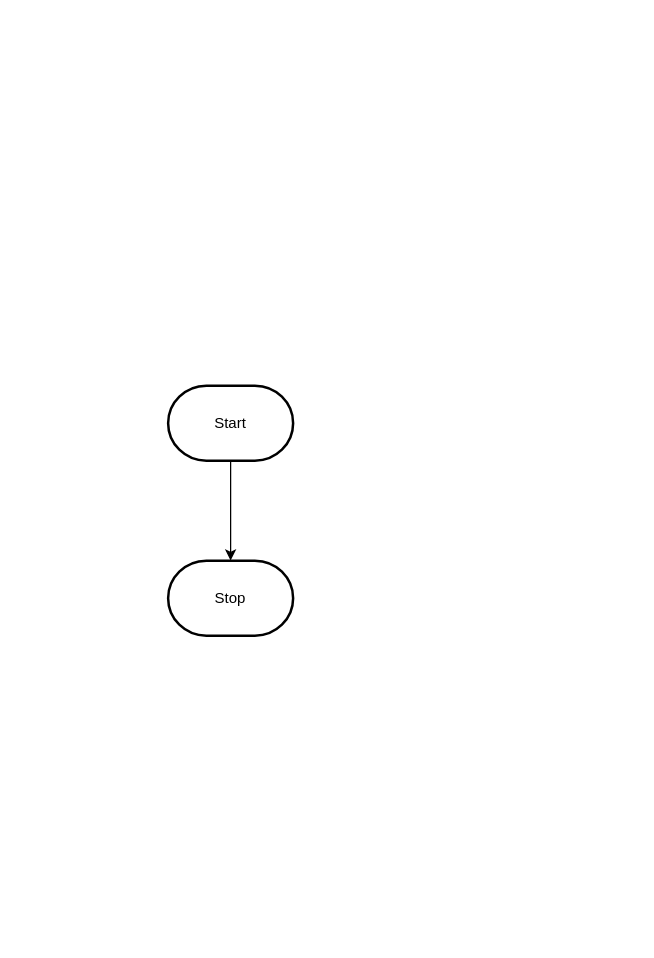
The draw.io diagram design/flowchart.drawio in MTHS-ICS2O-2-2022/ICS2O-Unit-5-08-Osamah-Hasan, before the edit. Source tidied: cells renumbered, new cells numbered last; positions are measured from the earlier drawing's top-left corner, leaving out a move shared by most shapes. Both pictures are drawn from the tidied source at 125%, with x=0, y=0 at pixel (168, 385).
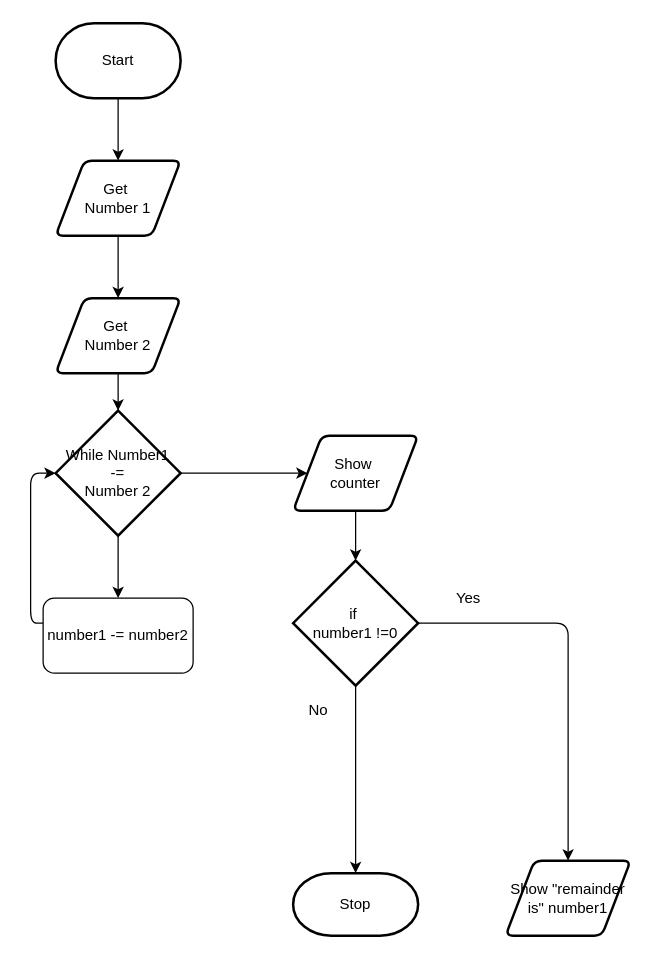
The same page after the edit.

The edit, as a diff of the source:
```diff
@@
-    <mxCell id="2" style="edgeStyle=orthogonalEdgeStyle;html=1;rounded=0;" parent="1" edge="1" source="3" target="4">
-      <mxGeometry relative="1" as="geometry" />
-    </mxCell>
+    <mxCell id="5" style="edgeStyle=orthogonalEdgeStyle;html=1;entryX=0.5;entryY=0;entryDx=0;entryDy=0;" parent="1" edge="1" source="3" target="2">
+      <mxGeometry relative="1" as="geometry" />
+    </mxCell>
     <mxCell id="3" value="Start" style="strokeWidth=2;html=1;shape=mxgraph.flowchart.terminator;whiteSpace=wrap;" parent="1" vertex="1">
-      <mxGeometry width="100" height="60" as="geometry" />
+      <mxGeometry x="-90" y="-290" width="100" height="60" as="geometry" />
     </mxCell>
     <mxCell id="4" value="Stop" style="strokeWidth=2;html=1;shape=mxgraph.flowchart.terminator;whiteSpace=wrap;" parent="1" vertex="1">
-      <mxGeometry y="140" width="100" height="60" as="geometry" />
+      <mxGeometry x="100" y="390" width="100" height="50" as="geometry" />
     </mxCell>
+    <mxCell id="6" style="edgeStyle=orthogonalEdgeStyle;html=1;" parent="1" edge="1" source="2" target="8">
+      <mxGeometry relative="1" as="geometry" />
+    </mxCell>
+    <mxCell id="2" value="Get&amp;nbsp;&lt;br&gt;Number 1" style="shape=parallelogram;html=1;strokeWidth=2;perimeter=parallelogramPerimeter;whiteSpace=wrap;rounded=1;arcSize=12;size=0.23;" parent="1" vertex="1">
+      <mxGeometry x="-90" y="-180" width="100" height="60" as="geometry" />
+    </mxCell>
+    <mxCell id="7" style="edgeStyle=orthogonalEdgeStyle;html=1;" parent="1" edge="1" source="8" target="11">
+      <mxGeometry relative="1" as="geometry" />
+    </mxCell>
+    <mxCell id="8" value="Get&amp;nbsp;&lt;br&gt;Number 2" style="shape=parallelogram;html=1;strokeWidth=2;perimeter=parallelogramPerimeter;whiteSpace=wrap;rounded=1;arcSize=12;size=0.23;" parent="1" vertex="1">
+      <mxGeometry x="-90" y="-70" width="100" height="60" as="geometry" />
+    </mxCell>
+    <mxCell id="9" style="edgeStyle=orthogonalEdgeStyle;html=1;entryX=0.5;entryY=0;entryDx=0;entryDy=0;" parent="1" edge="1" source="11" target="15">
+      <mxGeometry relative="1" as="geometry" />
+    </mxCell>
+    <mxCell id="10" style="edgeStyle=orthogonalEdgeStyle;html=1;" parent="1" edge="1" source="11" target="13">
+      <mxGeometry relative="1" as="geometry" />
+    </mxCell>
+    <mxCell id="11" value="While Number1&lt;br&gt;-=&lt;br&gt;Number 2" style="strokeWidth=2;html=1;shape=mxgraph.flowchart.decision;whiteSpace=wrap;" parent="1" vertex="1">
+      <mxGeometry x="-90" y="20" width="100" height="100" as="geometry" />
+    </mxCell>
+    <mxCell id="12" style="edgeStyle=orthogonalEdgeStyle;html=1;entryX=0.5;entryY=0;entryDx=0;entryDy=0;entryPerimeter=0;" parent="1" edge="1" source="13" target="18">
+      <mxGeometry relative="1" as="geometry" />
+    </mxCell>
+    <mxCell id="13" value="Show&amp;nbsp;&lt;br&gt;counter" style="shape=parallelogram;html=1;strokeWidth=2;perimeter=parallelogramPerimeter;whiteSpace=wrap;rounded=1;arcSize=12;size=0.23;" parent="1" vertex="1">
+      <mxGeometry x="100" y="40" width="100" height="60" as="geometry" />
+    </mxCell>
+    <mxCell id="14" style="edgeStyle=orthogonalEdgeStyle;html=1;entryX=0;entryY=0.5;entryDx=0;entryDy=0;entryPerimeter=0;" parent="1" edge="1" source="15" target="11">
+      <mxGeometry relative="1" as="geometry">
+        <Array as="points">
+          <mxPoint x="-110" y="190" />
+          <mxPoint x="-110" y="70" />
+        </Array>
+      </mxGeometry>
+    </mxCell>
+    <mxCell id="15" value="number1 -= number2" style="rounded=1;whiteSpace=wrap;html=1;" parent="1" vertex="1">
+      <mxGeometry x="-100" y="170" width="120" height="60" as="geometry" />
+    </mxCell>
+    <mxCell id="16" style="edgeStyle=orthogonalEdgeStyle;html=1;" parent="1" edge="1" source="18" target="4">
+      <mxGeometry relative="1" as="geometry" />
+    </mxCell>
+    <mxCell id="17" style="edgeStyle=orthogonalEdgeStyle;html=1;" parent="1" edge="1" source="18" target="21">
+      <mxGeometry relative="1" as="geometry" />
+    </mxCell>
+    <mxCell id="18" value="if&amp;nbsp;&lt;br&gt;number1 !=0" style="strokeWidth=2;html=1;shape=mxgraph.flowchart.decision;whiteSpace=wrap;" parent="1" vertex="1">
+      <mxGeometry x="100" y="140" width="100" height="100" as="geometry" />
+    </mxCell>
+    <mxCell id="19" value="Yes" style="text;html=1;align=center;verticalAlign=middle;strokeColor=none;fillColor=none;" parent="1" vertex="1">
+      <mxGeometry x="220" y="155" width="40" height="30" as="geometry" />
+    </mxCell>
+    <mxCell id="20" value="No" style="text;html=1;align=center;verticalAlign=middle;strokeColor=none;fillColor=none;" parent="1" vertex="1">
+      <mxGeometry x="100" y="245" width="40" height="30" as="geometry" />
+    </mxCell>
+    <mxCell id="21" value="Show &quot;remainder&lt;br&gt;is&quot; number1" style="shape=parallelogram;html=1;strokeWidth=2;perimeter=parallelogramPerimeter;whiteSpace=wrap;rounded=1;arcSize=12;size=0.23;" parent="1" vertex="1">
+      <mxGeometry x="270" y="380" width="100" height="60" as="geometry" />
+    </mxCell>
```
